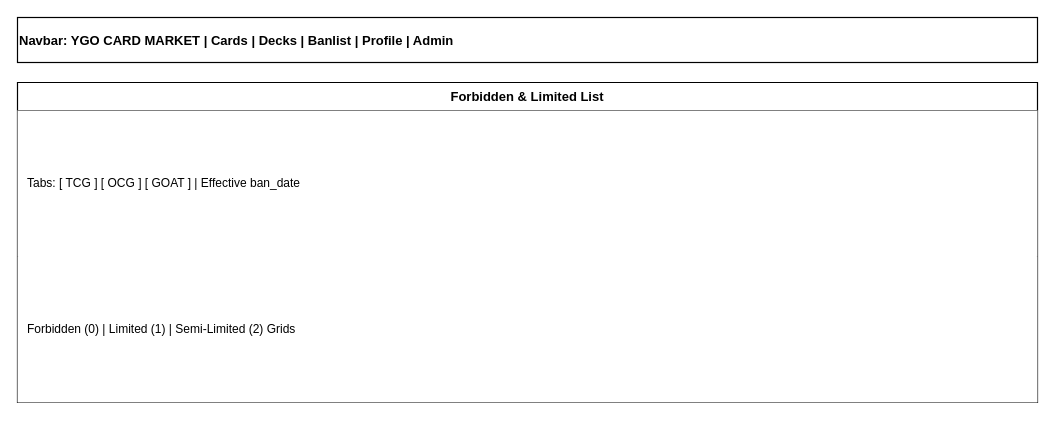
Before: page "3.4 BanlistPage (/banlist) Wireframe" (4 of 6) of Tai lieu/Draw.io/SRS_3_UI_Wireframes.drawio in minhthanh1806/PROJECT_SDN, a draw.io diagram. Source tidied: cells renumbered, new cells numbered last; positions are measured from the earlier drawing's top-left corner, leaving out a move shared by most shapes. Both pictures are drawn from the tidied source at 100%, with x=0, y=0 at pixel (17, 17).
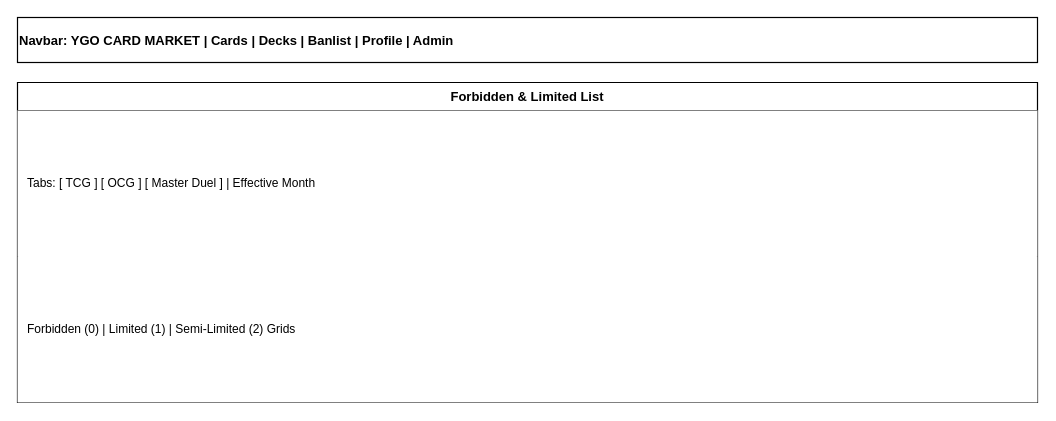
The same page after the edit.

Change to the diagram source:
```diff
@@
 <mxGraphModel>
   <root>
     <mxCell id="0" />
     <mxCell id="1" parent="0" />
     <mxCell id="2" value="Navbar:   YGO CARD MARKET   |   Cards   |   Decks   |   Banlist   |   Profile   |   Admin" style="rounded=0;whiteSpace=wrap;html=1;fillColor=#ffffff;strokeColor=#000000;fontColor=#000000;fontSize=13;fontStyle=1;align=left;verticalAlign=middle;strokeWidth=1.2;" parent="1" vertex="1">
       <mxGeometry width="1020" height="45" as="geometry" />
     </mxCell>
     <mxCell id="3" value="Forbidden &amp; Limited List" style="swimlane;fontStyle=1;align=center;verticalAlign=top;horizontal=1;startSize=28;whiteSpace=wrap;html=1;fillColor=#ffffff;strokeColor=#000000;fontColor=#000000;fontSize=13;strokeWidth=1.2;" parent="1" vertex="1">
       <mxGeometry y="65" width="1020" height="320" as="geometry" />
     </mxCell>
-    <mxCell id="4" value="Tabs: [ TCG ] [ OCG ] [ GOAT ] | Effective ban_date" style="text;strokeColor=none;fillColor=#ffffff;align=left;verticalAlign=middle;spacingLeft=8;whiteSpace=wrap;html=1;fontSize=12;fontColor=#000000;" parent="3" vertex="1">
+    <mxCell id="4" value="Tabs: [ TCG ] [ OCG ] [ Master Duel ] | Effective Month" style="text;strokeColor=none;fillColor=#ffffff;align=left;verticalAlign=middle;spacingLeft=8;whiteSpace=wrap;html=1;fontSize=12;fontColor=#000000;" parent="3" vertex="1">
       <mxGeometry y="28" width="1020" height="146" as="geometry" />
     </mxCell>
     <mxCell id="5" value="Forbidden (0) | Limited (1) | Semi-Limited (2) Grids" style="text;strokeColor=none;fillColor=#ffffff;align=left;verticalAlign=middle;spacingLeft=8;whiteSpace=wrap;html=1;fontSize=12;fontColor=#000000;" parent="3" vertex="1">
       <mxGeometry y="174" width="1020" height="146" as="geometry" />
     </mxCell>
   </root>
 </mxGraphModel>
```
